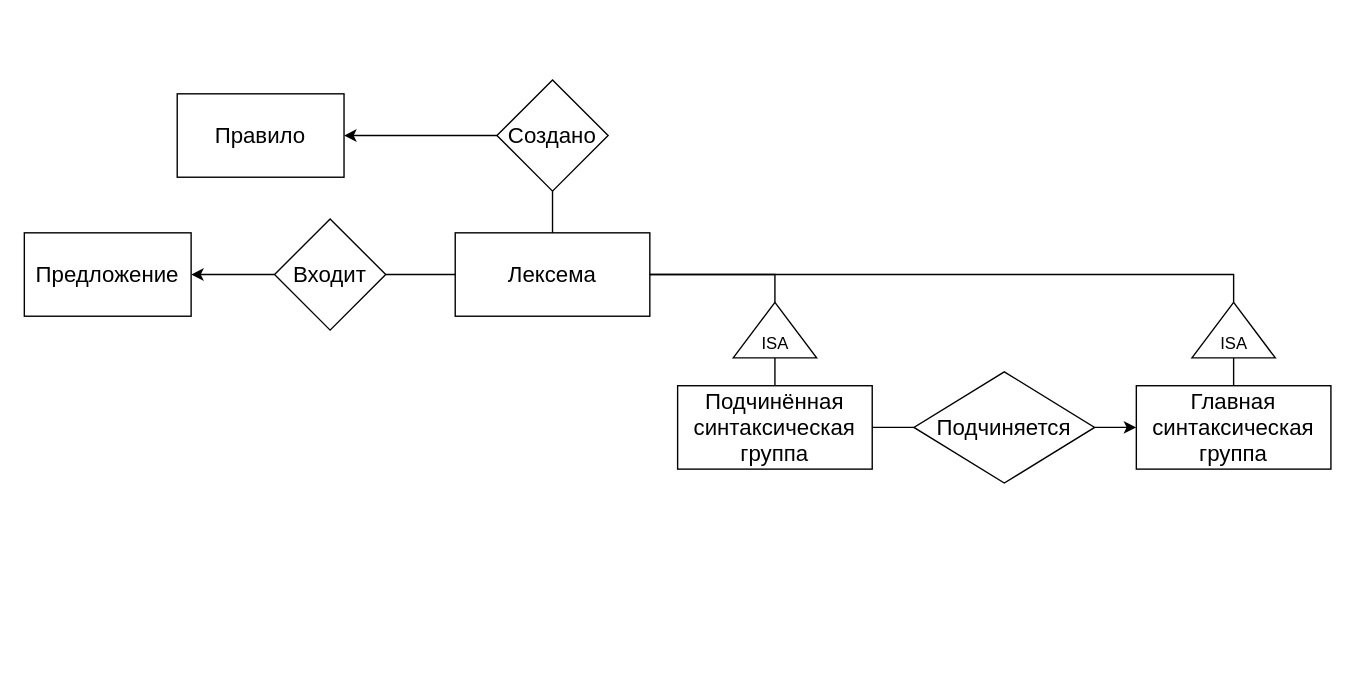
The draw.io diagram DZ1.drawio in DMfananddu/Computing-Facilities-AIPCS, before the edit. Source tidied: cells renumbered, new cells numbered last; positions are measured from the earlier drawing's top-left corner, leaving out a move shared by most shapes. Both pictures are drawn from the tidied source at 139%, with x=0, y=0 at pixel (24, 79).
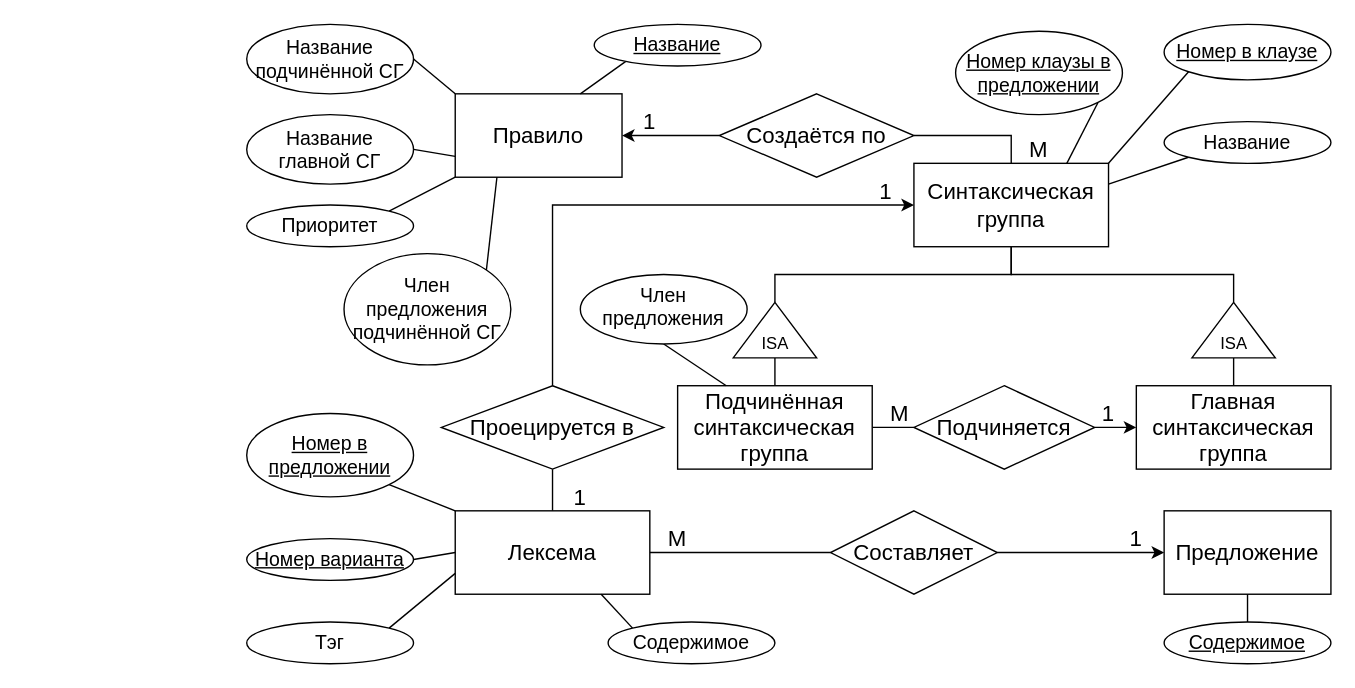
The same diagram, later.

Unchanged cells that the change refers to:
```xml
<mxCell id="8" value="Подчинённая синтаксическая группа" style="rounded=0;whiteSpace=wrap;html=1;fontSize=16;" parent="1" vertex="1">
  <mxGeometry x="470" y="220" width="140" height="60" as="geometry" />
</mxCell>
<mxCell id="12" style="triangle;whiteSpace=wrap;html=1;rotation=-90;" parent="1" vertex="1">
  <mxGeometry x="520" y="150" width="40" height="60" as="geometry" />
</mxCell>
<mxCell id="15" style="triangle;whiteSpace=wrap;html=1;rotation=-90;" parent="1" vertex="1">
  <mxGeometry x="850" y="150" width="40" height="60" as="geometry" />
</mxCell>
```

What changed in the source:
```diff
@@
     <mxCell id="2" value="Правило" style="rounded=0;whiteSpace=wrap;html=1;fontSize=16;" parent="1" vertex="1">
-      <mxGeometry x="110" y="10" width="120" height="60" as="geometry" />
+      <mxGeometry x="310" y="10" width="120" height="60" as="geometry" />
     </mxCell>
-    <mxCell id="3" style="edgeStyle=orthogonalEdgeStyle;rounded=0;jettySize=auto;html=1;exitX=0;exitY=0.5;exitDx=0;exitDy=0;entryX=1;entryY=0.5;entryDx=0;entryDy=0;endArrow=none;endFill=0;fontSize=16;" parent="1" edge="1" source="5" target="19">
+    <mxCell id="3" style="edgeStyle=orthogonalEdgeStyle;rounded=0;jettySize=auto;html=1;exitX=1;exitY=0.5;exitDx=0;exitDy=0;entryX=0;entryY=0.5;entryDx=0;entryDy=0;endArrow=none;endFill=0;fontSize=16;" parent="1" edge="1" source="5" target="19">
       <mxGeometry relative="1" as="geometry" />
     </mxCell>
-    <mxCell id="4" style="edgeStyle=orthogonalEdgeStyle;rounded=0;jettySize=auto;html=1;exitX=0.5;exitY=0;exitDx=0;exitDy=0;entryX=0.5;entryY=1;entryDx=0;entryDy=0;endArrow=none;endFill=0;fontSize=16;" parent="1" edge="1" source="5" target="23">
+    <mxCell id="4" style="edgeStyle=orthogonalEdgeStyle;rounded=0;jettySize=auto;html=1;exitX=0.5;exitY=0;exitDx=0;exitDy=0;entryX=1;entryY=0.5;entryDx=0;entryDy=0;endArrow=none;endFill=0;fontSize=16;" parent="1" edge="1" source="27" target="23">
       <mxGeometry relative="1" as="geometry" />
     </mxCell>
+    <mxCell id="24" style="edgeStyle=orthogonalEdgeStyle;rounded=0;jettySize=auto;html=1;exitX=0.5;exitY=0;exitDx=0;exitDy=0;entryX=0.5;entryY=1;entryDx=0;entryDy=0;endArrow=none;endFill=0;fontSize=16;" parent="1" edge="1" source="5" target="29">
+      <mxGeometry relative="1" as="geometry" />
+    </mxCell>
     <mxCell id="5" value="Лексема" style="rounded=0;whiteSpace=wrap;html=1;fontSize=16;" parent="1" vertex="1">
-      <mxGeometry x="310" y="110" width="140" height="60" as="geometry" />
+      <mxGeometry x="310" y="310" width="140" height="60" as="geometry" />
     </mxCell>
@@
-    <mxCell id="11" style="edgeStyle=orthogonalEdgeStyle;rounded=0;jettySize=auto;html=1;exitX=1;exitY=0.5;exitDx=0;exitDy=0;entryX=1;entryY=0.5;entryDx=0;entryDy=0;endArrow=none;endFill=0;fontSize=16;" parent="1" edge="1" source="12" target="5">
-      <mxGeometry relative="1" as="geometry" />
-    </mxCell>
+    <mxCell id="25" style="edgeStyle=orthogonalEdgeStyle;rounded=0;jettySize=auto;html=1;exitX=1;exitY=0.5;exitDx=0;exitDy=0;entryX=0.5;entryY=1;entryDx=0;entryDy=0;endArrow=none;endFill=0;fontSize=16;" parent="1" edge="1" source="12" target="27">
+      <mxGeometry relative="1" as="geometry" />
+    </mxCell>
@@
-    <mxCell id="14" style="edgeStyle=orthogonalEdgeStyle;rounded=0;jettySize=auto;html=1;exitX=1;exitY=0.5;exitDx=0;exitDy=0;entryX=1;entryY=0.5;entryDx=0;entryDy=0;endArrow=none;endFill=0;fontSize=16;" parent="1" edge="1" source="15" target="5">
-      <mxGeometry relative="1" as="geometry">
-        <Array as="points">
-          <mxPoint x="870" y="140" />
-        </Array>
-      </mxGeometry>
-    </mxCell>
+    <mxCell id="26" style="edgeStyle=orthogonalEdgeStyle;rounded=0;jettySize=auto;html=1;exitX=1;exitY=0.5;exitDx=0;exitDy=0;entryX=0.5;entryY=1;entryDx=0;entryDy=0;endArrow=none;endFill=0;fontSize=16;" parent="1" edge="1" source="15" target="27">
+      <mxGeometry relative="1" as="geometry" />
+    </mxCell>
@@
     <mxCell id="17" value="Предложение" style="rounded=0;whiteSpace=wrap;html=1;fontSize=16;" parent="1" vertex="1">
-      <mxGeometry y="110" width="120" height="60" as="geometry" />
+      <mxGeometry x="820" y="310" width="120" height="60" as="geometry" />
     </mxCell>
-    <mxCell id="18" style="edgeStyle=orthogonalEdgeStyle;rounded=0;jettySize=auto;html=1;exitX=0;exitY=0.5;exitDx=0;exitDy=0;entryX=1;entryY=0.5;entryDx=0;entryDy=0;endArrow=classic;endFill=1;fontSize=16;" parent="1" edge="1" source="19" target="17">
-      <mxGeometry relative="1" as="geometry" />
+    <mxCell id="18" style="edgeStyle=orthogonalEdgeStyle;rounded=0;jettySize=auto;html=1;exitX=1;exitY=0.5;exitDx=0;exitDy=0;entryX=0;entryY=0.5;entryDx=0;entryDy=0;endArrow=classic;endFill=1;fontSize=16;" parent="1" edge="1" source="19" target="17">
+      <mxGeometry relative="1" as="geometry">
+        <Array as="points">
+          <mxPoint x="790" y="340" />
+          <mxPoint x="790" y="340" />
+        </Array>
+      </mxGeometry>
     </mxCell>
-    <mxCell id="19" value="Входит" style="rhombus;whiteSpace=wrap;html=1;fontSize=16;" parent="1" vertex="1">
-      <mxGeometry x="180" y="100" width="80" height="80" as="geometry" />
+    <mxCell id="19" value="Составляет" style="rhombus;whiteSpace=wrap;html=1;fontSize=16;" parent="1" vertex="1">
+      <mxGeometry x="580" y="310" width="120" height="60" as="geometry" />
     </mxCell>
@@
     <mxCell id="21" value="Подчиняется" style="rhombus;whiteSpace=wrap;html=1;fontSize=16;" parent="1" vertex="1">
-      <mxGeometry x="640" y="210" width="130" height="80" as="geometry" />
+      <mxGeometry x="640" y="220" width="130" height="60" as="geometry" />
     </mxCell>
@@
-    <mxCell id="23" value="Создано" style="rhombus;whiteSpace=wrap;html=1;fontSize=16;" parent="1" vertex="1">
-      <mxGeometry x="340" width="80" height="80" as="geometry" />
+    <mxCell id="23" value="Создаётся по" style="rhombus;whiteSpace=wrap;html=1;fontSize=16;" parent="1" vertex="1">
+      <mxGeometry x="500" y="10" width="140" height="60" as="geometry" />
     </mxCell>
+    <mxCell id="27" value="Синтаксическая группа" style="rounded=0;whiteSpace=wrap;html=1;fontSize=16;" parent="1" vertex="1">
+      <mxGeometry x="640" y="60" width="140" height="60" as="geometry" />
+    </mxCell>
+    <mxCell id="28" style="edgeStyle=orthogonalEdgeStyle;rounded=0;jettySize=auto;html=1;exitX=0.5;exitY=0;exitDx=0;exitDy=0;entryX=0;entryY=0.5;entryDx=0;entryDy=0;endArrow=classic;endFill=1;fontSize=16;" parent="1" edge="1" source="29" target="27">
+      <mxGeometry relative="1" as="geometry" />
+    </mxCell>
+    <mxCell id="29" value="Проецируется в" style="rhombus;whiteSpace=wrap;html=1;fontSize=16;" parent="1" vertex="1">
+      <mxGeometry x="300" y="220" width="160" height="60" as="geometry" />
+    </mxCell>
+    <mxCell id="30" value="1" style="text;html=1;strokeColor=none;fillColor=none;align=center;verticalAlign=middle;whiteSpace=wrap;rounded=0;fontSize=16;" parent="1" vertex="1">
+      <mxGeometry x="760" y="230" width="40" height="20" as="geometry" />
+    </mxCell>
+    <mxCell id="31" value="М" style="text;html=1;strokeColor=none;fillColor=none;align=center;verticalAlign=middle;whiteSpace=wrap;rounded=0;fontSize=16;" parent="1" vertex="1">
+      <mxGeometry x="610" y="230" width="40" height="20" as="geometry" />
+    </mxCell>
+    <mxCell id="32" value="1" style="text;html=1;strokeColor=none;fillColor=none;align=center;verticalAlign=middle;whiteSpace=wrap;rounded=0;fontSize=16;" parent="1" vertex="1">
+      <mxGeometry x="600" y="70" width="40" height="20" as="geometry" />
+    </mxCell>
+    <mxCell id="33" value="1" style="text;html=1;strokeColor=none;fillColor=none;align=center;verticalAlign=middle;whiteSpace=wrap;rounded=0;fontSize=16;" parent="1" vertex="1">
+      <mxGeometry x="430" y="20" width="40" height="20" as="geometry" />
+    </mxCell>
+    <mxCell id="34" value="М" style="text;html=1;strokeColor=none;fillColor=none;align=center;verticalAlign=middle;whiteSpace=wrap;rounded=0;fontSize=16;" parent="1" vertex="1">
+      <mxGeometry x="710" y="40" width="40" height="20" as="geometry" />
+    </mxCell>
+    <mxCell id="35" value="1" style="text;html=1;strokeColor=none;fillColor=none;align=center;verticalAlign=middle;whiteSpace=wrap;rounded=0;fontSize=16;" parent="1" vertex="1">
+      <mxGeometry x="380" y="290" width="40" height="20" as="geometry" />
+    </mxCell>
+    <mxCell id="36" value="М" style="text;html=1;strokeColor=none;fillColor=none;align=center;verticalAlign=middle;whiteSpace=wrap;rounded=0;fontSize=16;" parent="1" vertex="1">
+      <mxGeometry x="450" y="320" width="40" height="20" as="geometry" />
+    </mxCell>
+    <mxCell id="37" value="1" style="text;html=1;strokeColor=none;fillColor=none;align=center;verticalAlign=middle;whiteSpace=wrap;rounded=0;fontSize=16;" parent="1" vertex="1">
+      <mxGeometry x="780" y="320" width="40" height="20" as="geometry" />
+    </mxCell>
+    <mxCell id="38" style="rounded=0;jettySize=auto;html=1;exitX=0.5;exitY=1;exitDx=0;exitDy=0;entryX=0.25;entryY=0;entryDx=0;entryDy=0;endArrow=none;endFill=0;fontSize=14;" parent="1" edge="1" source="39" target="8">
+      <mxGeometry relative="1" as="geometry" />
+    </mxCell>
+    <mxCell id="39" value="Член предложения" style="ellipse;whiteSpace=wrap;html=1;fontSize=14;verticalAlign=top;horizontal=1;" parent="1" vertex="1">
+      <mxGeometry x="400" y="140" width="120" height="50" as="geometry" />
+    </mxCell>
+    <mxCell id="40" style="rounded=0;jettySize=auto;html=1;exitX=0.5;exitY=0;exitDx=0;exitDy=0;entryX=0.75;entryY=0;entryDx=0;entryDy=0;endArrow=none;endFill=0;fontSize=14;" parent="1" edge="1" source="41" target="2">
+      <mxGeometry relative="1" as="geometry" />
+    </mxCell>
+    <mxCell id="41" value="Название" style="ellipse;whiteSpace=wrap;html=1;fontSize=14;verticalAlign=middle;horizontal=1;fontStyle=4;" parent="1" vertex="1">
+      <mxGeometry x="410" y="-40" width="120" height="30" as="geometry" />
+    </mxCell>
+    <mxCell id="42" style="edgeStyle=none;rounded=0;jettySize=auto;html=1;exitX=1;exitY=0.5;exitDx=0;exitDy=0;entryX=0;entryY=0.75;entryDx=0;entryDy=0;endArrow=none;endFill=0;fontSize=14;" parent="1" edge="1" source="43" target="2">
+      <mxGeometry relative="1" as="geometry" />
+    </mxCell>
+    <mxCell id="43" value="Название&lt;br&gt;главной СГ" style="ellipse;whiteSpace=wrap;html=1;fontSize=14;verticalAlign=middle;horizontal=1;fontStyle=0;" parent="1" vertex="1">
+      <mxGeometry x="160" y="25" width="120" height="50" as="geometry" />
+    </mxCell>
+    <mxCell id="44" style="edgeStyle=none;rounded=0;jettySize=auto;html=1;exitX=1;exitY=0.5;exitDx=0;exitDy=0;entryX=0;entryY=0;entryDx=0;entryDy=0;endArrow=none;endFill=0;fontSize=14;" parent="1" edge="1" source="45" target="2">
+      <mxGeometry relative="1" as="geometry" />
+    </mxCell>
+    <mxCell id="45" value="Название подчинённой СГ" style="ellipse;whiteSpace=wrap;html=1;fontSize=14;" parent="1" vertex="1">
+      <mxGeometry x="160" y="-40" width="120" height="50" as="geometry" />
+    </mxCell>
+    <mxCell id="46" style="edgeStyle=none;rounded=0;jettySize=auto;html=1;exitX=1;exitY=0;exitDx=0;exitDy=0;entryX=0.25;entryY=1;entryDx=0;entryDy=0;endArrow=none;endFill=0;fontSize=14;" parent="1" edge="1" source="47" target="2">
+      <mxGeometry relative="1" as="geometry" />
+    </mxCell>
+    <mxCell id="47" value="Член предложения подчинённой СГ" style="ellipse;whiteSpace=wrap;html=1;fontSize=14;" parent="1" vertex="1">
+      <mxGeometry x="230" y="125" width="120" height="80" as="geometry" />
+    </mxCell>
+    <mxCell id="48" style="edgeStyle=none;rounded=0;jettySize=auto;html=1;exitX=1;exitY=0;exitDx=0;exitDy=0;entryX=0;entryY=1;entryDx=0;entryDy=0;endArrow=none;endFill=0;fontSize=14;" parent="1" edge="1" source="49" target="2">
+      <mxGeometry relative="1" as="geometry" />
+    </mxCell>
+    <mxCell id="49" value="Приоритет" style="ellipse;whiteSpace=wrap;html=1;fontSize=14;" parent="1" vertex="1">
+      <mxGeometry x="160" y="90" width="120" height="30" as="geometry" />
+    </mxCell>
+    <mxCell id="50" style="edgeStyle=none;rounded=0;jettySize=auto;html=1;exitX=1;exitY=1;exitDx=0;exitDy=0;entryX=0;entryY=0;entryDx=0;entryDy=0;endArrow=none;endFill=0;fontSize=14;" parent="1" edge="1" source="51" target="5">
+      <mxGeometry relative="1" as="geometry" />
+    </mxCell>
+    <mxCell id="51" value="Номер в предложении" style="ellipse;whiteSpace=wrap;html=1;fontSize=14;fontStyle=4;" parent="1" vertex="1">
+      <mxGeometry x="160" y="240" width="120" height="60" as="geometry" />
+    </mxCell>
+    <mxCell id="52" style="edgeStyle=none;rounded=0;jettySize=auto;html=1;exitX=0;exitY=0;exitDx=0;exitDy=0;entryX=0.75;entryY=1;entryDx=0;entryDy=0;endArrow=none;endFill=0;fontSize=14;" parent="1" edge="1" source="53" target="5">
+      <mxGeometry relative="1" as="geometry" />
+    </mxCell>
+    <mxCell id="53" value="Содержимое" style="ellipse;whiteSpace=wrap;html=1;fontSize=14;" parent="1" vertex="1">
+      <mxGeometry x="420" y="390" width="120" height="30" as="geometry" />
+    </mxCell>
+    <mxCell id="54" style="edgeStyle=none;rounded=0;jettySize=auto;html=1;exitX=1;exitY=0;exitDx=0;exitDy=0;entryX=0;entryY=0.75;entryDx=0;entryDy=0;endArrow=none;endFill=0;fontSize=14;" parent="1" edge="1" source="55" target="5">
+      <mxGeometry relative="1" as="geometry" />
+    </mxCell>
+    <mxCell id="55" value="Тэг" style="ellipse;whiteSpace=wrap;html=1;fontSize=14;" parent="1" vertex="1">
+      <mxGeometry x="160" y="390" width="120" height="30" as="geometry" />
+    </mxCell>
+    <mxCell id="56" style="edgeStyle=none;rounded=0;jettySize=auto;html=1;exitX=0;exitY=1;exitDx=0;exitDy=0;entryX=1;entryY=0.25;entryDx=0;entryDy=0;endArrow=none;endFill=0;fontSize=14;" parent="1" edge="1" source="57" target="27">
+      <mxGeometry relative="1" as="geometry" />
+    </mxCell>
+    <mxCell id="57" value="Название" style="ellipse;whiteSpace=wrap;html=1;fontSize=14;fontStyle=0;" parent="1" vertex="1">
+      <mxGeometry x="820" y="30" width="120" height="30" as="geometry" />
+    </mxCell>
+    <mxCell id="58" style="edgeStyle=none;rounded=0;jettySize=auto;html=1;exitX=1;exitY=0.5;exitDx=0;exitDy=0;entryX=0;entryY=0.5;entryDx=0;entryDy=0;endArrow=none;endFill=0;fontSize=14;" parent="1" edge="1" source="59" target="5">
+      <mxGeometry relative="1" as="geometry" />
+    </mxCell>
+    <mxCell id="59" value="Номер варианта" style="ellipse;whiteSpace=wrap;html=1;fontSize=14;fontStyle=4;" parent="1" vertex="1">
+      <mxGeometry x="160" y="330" width="120" height="30" as="geometry" />
+    </mxCell>
+    <mxCell id="60" style="edgeStyle=none;rounded=0;jettySize=auto;html=1;exitX=0.5;exitY=0;exitDx=0;exitDy=0;entryX=0.5;entryY=1;entryDx=0;entryDy=0;endArrow=none;endFill=0;fontSize=14;fontStyle=4;" parent="1" edge="1" source="61" target="17">
+      <mxGeometry relative="1" as="geometry" />
+    </mxCell>
+    <mxCell id="61" value="Содержимое" style="ellipse;whiteSpace=wrap;html=1;fontSize=14;fontStyle=4;" parent="1" vertex="1">
+      <mxGeometry x="820" y="390" width="120" height="30" as="geometry" />
+    </mxCell>
+    <mxCell id="62" style="edgeStyle=none;rounded=0;jettySize=auto;html=1;exitX=1;exitY=1;exitDx=0;exitDy=0;entryX=1;entryY=1;entryDx=0;entryDy=0;endArrow=none;endFill=0;fontSize=14;" parent="1" edge="1" source="63" target="34">
+      <mxGeometry relative="1" as="geometry" />
+    </mxCell>
+    <mxCell id="63" value="Номер клаузы в предложении" style="ellipse;whiteSpace=wrap;html=1;fontSize=14;fontStyle=4;" parent="1" vertex="1">
+      <mxGeometry x="670" y="-35" width="120" height="60" as="geometry" />
+    </mxCell>
+    <mxCell id="64" style="edgeStyle=none;rounded=0;jettySize=auto;html=1;exitX=0;exitY=1;exitDx=0;exitDy=0;entryX=1;entryY=0;entryDx=0;entryDy=0;endArrow=none;endFill=0;fontSize=14;" parent="1" edge="1" source="65" target="27">
+      <mxGeometry relative="1" as="geometry" />
+    </mxCell>
+    <mxCell id="65" value="Номер в клаузе" style="ellipse;whiteSpace=wrap;html=1;fontSize=14;fontStyle=4;" parent="1" vertex="1">
+      <mxGeometry x="820" y="-40" width="120" height="40" as="geometry" />
+    </mxCell>
```
